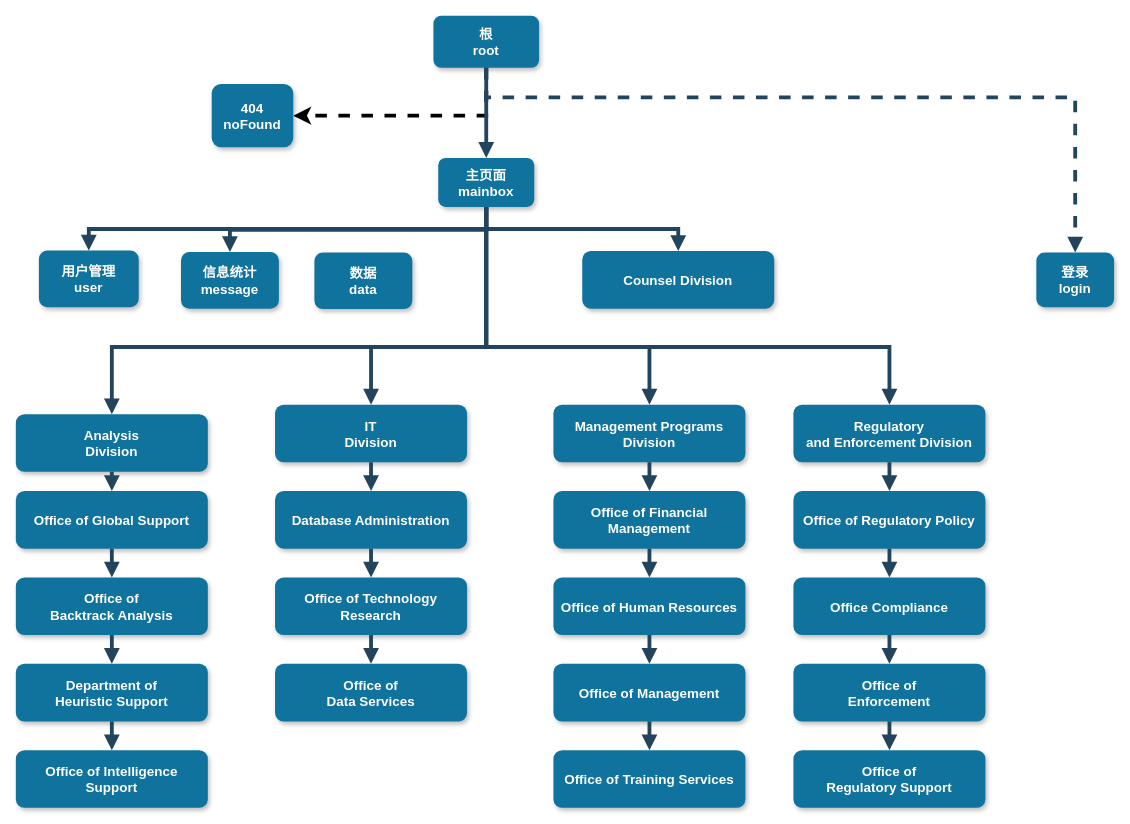
Before: 后台管理UI.drawio in wangXingRunning/wangXingRunning.github.io, a draw.io diagram. Source tidied: cells renumbered, new cells numbered last; positions are measured from the earlier drawing's top-left corner, leaving out a move shared by most shapes. Both pictures are drawn from the tidied source at 96%, with x=0, y=0 at pixel (15, 15).
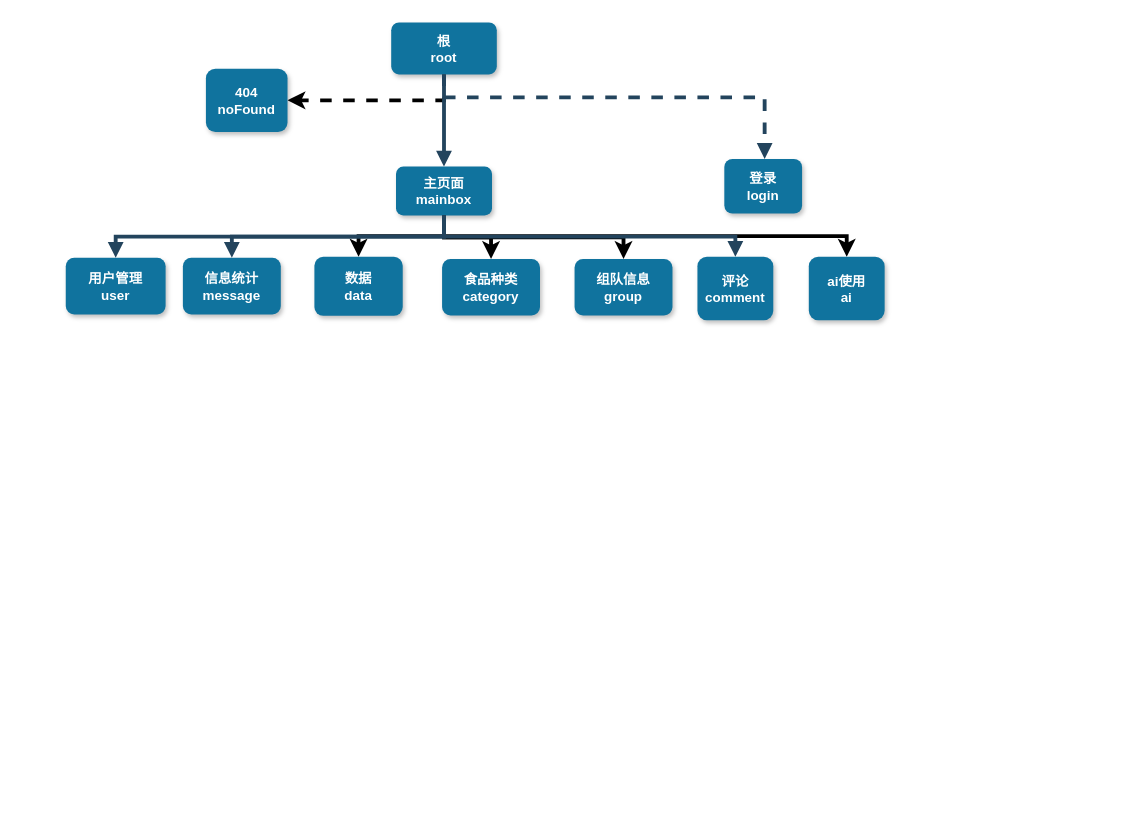
After the change.

Commit message (it also covers changes not shown here):
更新后台管理UI.drawio

Change to the diagram source:
```diff
@@
     <mxCell id="3" value="根&#10;root" style="rounded=1;fillColor=#10739E;strokeColor=none;shadow=1;gradientColor=none;fontStyle=1;fontColor=#FFFFFF;fontSize=14;" parent="1" vertex="1">
-      <mxGeometry x="435" width="110" height="54" as="geometry" />
+      <mxGeometry x="391" y="7" width="110" height="54" as="geometry" />
     </mxCell>
+    <mxCell id="54" style="edgeStyle=orthogonalEdgeStyle;rounded=0;jettySize=auto;html=1;exitX=0.5;exitY=1;exitDx=0;exitDy=0;entryX=0.5;entryY=0;entryDx=0;entryDy=0;strokeWidth=4;" parent="1" edge="1" source="4" target="53">
+      <mxGeometry relative="1" as="geometry" />
+    </mxCell>
+    <mxCell id="55" style="edgeStyle=orthogonalEdgeStyle;rounded=0;jettySize=auto;html=1;exitX=0.5;exitY=1;exitDx=0;exitDy=0;strokeWidth=4;" parent="1" edge="1" source="4" target="58">
+      <mxGeometry relative="1" as="geometry" />
+    </mxCell>
+    <mxCell id="56" style="edgeStyle=orthogonalEdgeStyle;rounded=0;jettySize=auto;html=1;exitX=0.5;exitY=1;exitDx=0;exitDy=0;entryX=0.5;entryY=0;entryDx=0;entryDy=0;strokeWidth=4;" parent="1" edge="1" source="4" target="59">
+      <mxGeometry relative="1" as="geometry" />
+    </mxCell>
+    <mxCell id="57" style="edgeStyle=orthogonalEdgeStyle;rounded=0;jettySize=auto;html=1;exitX=0.5;exitY=1;exitDx=0;exitDy=0;entryX=0.5;entryY=0;entryDx=0;entryDy=0;strokeWidth=4;" parent="1" edge="1" source="4" target="60">
+      <mxGeometry relative="1" as="geometry" />
+    </mxCell>
     <mxCell id="4" value="主页面&#10;mainbox" style="rounded=1;fillColor=#10739E;strokeColor=none;shadow=1;gradientColor=none;fontStyle=1;fontColor=#FFFFFF;fontSize=14;" parent="1" vertex="1">
-      <mxGeometry x="440" y="148" width="100" height="51" as="geometry" />
+      <mxGeometry x="396" y="157" width="100" height="51" as="geometry" />
     </mxCell>
     <mxCell id="5" value="用户管理&#10;user" style="rounded=1;fillColor=#10739E;strokeColor=none;shadow=1;gradientColor=none;fontStyle=1;fontColor=#FFFFFF;fontSize=14;" parent="1" vertex="1">
-      <mxGeometry x="24" y="244.5" width="104" height="59" as="geometry" />
+      <mxGeometry x="52" y="252" width="104" height="59" as="geometry" />
     </mxCell>
     <mxCell id="6" value="信息统计&#10;message" style="rounded=1;fillColor=#10739E;strokeColor=none;shadow=1;gradientColor=none;fontStyle=1;fontColor=#FFFFFF;fontSize=14;" parent="1" vertex="1">
-      <mxGeometry x="172" y="246" width="102" height="59" as="geometry" />
+      <mxGeometry x="174" y="252" width="102" height="59" as="geometry" />
     </mxCell>
-    <mxCell id="7" value="Counsel Division" style="rounded=1;fillColor=#10739E;strokeColor=none;shadow=1;gradientColor=none;fontStyle=1;fontColor=#FFFFFF;fontSize=14;" parent="1" vertex="1">
-      <mxGeometry x="590" y="245" width="200" height="60" as="geometry" />
+    <mxCell id="7" value="评论&#10;comment" style="rounded=1;fillColor=#10739E;strokeColor=none;shadow=1;gradientColor=none;fontStyle=1;fontColor=#FFFFFF;fontSize=14;" parent="1" vertex="1">
+      <mxGeometry x="710" y="251" width="79" height="66" as="geometry" />
     </mxCell>
     <mxCell id="8" value="登录&#10;login" style="rounded=1;fillColor=#10739E;strokeColor=none;shadow=1;gradientColor=none;fontStyle=1;fontColor=#FFFFFF;fontSize=14;" parent="1" vertex="1">
-      <mxGeometry x="1063" y="246.5" width="81" height="57" as="geometry" />
+      <mxGeometry x="738" y="149" width="81" height="57" as="geometry" />
     </mxCell>
-    <mxCell id="9" value="Analysis &#10;Division" style="rounded=1;fillColor=#10739E;strokeColor=none;shadow=1;gradientColor=none;fontStyle=1;fontColor=#FFFFFF;fontSize=14;" parent="1" vertex="1">
-      <mxGeometry y="415" width="200" height="60" as="geometry" />
-    </mxCell>
-    <mxCell id="10" value="Office of Global Support" style="rounded=1;fillColor=#10739E;strokeColor=none;shadow=1;gradientColor=none;fontStyle=1;fontColor=#FFFFFF;fontSize=14;" parent="1" vertex="1">
-      <mxGeometry y="495" width="200" height="60" as="geometry" />
-    </mxCell>
-    <mxCell id="11" value="Office of &#10;Backtrack Analysis" style="rounded=1;fillColor=#10739E;strokeColor=none;shadow=1;gradientColor=none;fontStyle=1;fontColor=#FFFFFF;fontSize=14;" parent="1" vertex="1">
-      <mxGeometry y="585" width="200" height="60" as="geometry" />
-    </mxCell>
-    <mxCell id="12" value="Department of &#10;Heuristic Support" style="rounded=1;fillColor=#10739E;strokeColor=none;shadow=1;gradientColor=none;fontStyle=1;fontColor=#FFFFFF;fontSize=14;" parent="1" vertex="1">
-      <mxGeometry y="675" width="200" height="60" as="geometry" />
-    </mxCell>
-    <mxCell id="13" value="Office of Intelligence &#10;Support" style="rounded=1;fillColor=#10739E;strokeColor=none;shadow=1;gradientColor=none;fontStyle=1;fontColor=#FFFFFF;fontSize=14;" parent="1" vertex="1">
-      <mxGeometry y="765" width="200" height="60" as="geometry" />
-    </mxCell>
-    <mxCell id="14" value="IT&#10;Division" style="rounded=1;fillColor=#10739E;strokeColor=none;shadow=1;gradientColor=none;fontStyle=1;fontColor=#FFFFFF;fontSize=14;" parent="1" vertex="1">
-      <mxGeometry x="270" y="405" width="200" height="60" as="geometry" />
-    </mxCell>
-    <mxCell id="15" value="Database Administration" style="rounded=1;fillColor=#10739E;strokeColor=none;shadow=1;gradientColor=none;fontStyle=1;fontColor=#FFFFFF;fontSize=14;" parent="1" vertex="1">
-      <mxGeometry x="270" y="495" width="200" height="60" as="geometry" />
-    </mxCell>
-    <mxCell id="16" value="Office of Technology &#10;Research" style="rounded=1;fillColor=#10739E;strokeColor=none;shadow=1;gradientColor=none;fontStyle=1;fontColor=#FFFFFF;fontSize=14;" parent="1" vertex="1">
-      <mxGeometry x="270" y="585" width="200" height="60" as="geometry" />
-    </mxCell>
-    <mxCell id="17" value="Office of&#10;Data Services" style="rounded=1;fillColor=#10739E;strokeColor=none;shadow=1;gradientColor=none;fontStyle=1;fontColor=#FFFFFF;fontSize=14;" parent="1" vertex="1">
-      <mxGeometry x="270" y="675" width="200" height="60" as="geometry" />
-    </mxCell>
-    <mxCell id="18" value="Management Programs &#10;Division" style="rounded=1;fillColor=#10739E;strokeColor=none;shadow=1;gradientColor=none;fontStyle=1;fontColor=#FFFFFF;fontSize=14;" parent="1" vertex="1">
-      <mxGeometry x="560" y="405" width="200" height="60" as="geometry" />
-    </mxCell>
-    <mxCell id="19" value="Office of Financial &#10;Management" style="rounded=1;fillColor=#10739E;strokeColor=none;shadow=1;gradientColor=none;fontStyle=1;fontColor=#FFFFFF;fontSize=14;" parent="1" vertex="1">
-      <mxGeometry x="560" y="495" width="200" height="60" as="geometry" />
-    </mxCell>
-    <mxCell id="20" value="Office of Human Resources" style="rounded=1;fillColor=#10739E;strokeColor=none;shadow=1;gradientColor=none;fontStyle=1;fontColor=#FFFFFF;fontSize=14;" parent="1" vertex="1">
-      <mxGeometry x="560" y="585" width="200" height="60" as="geometry" />
-    </mxCell>
-    <mxCell id="21" value="Office of Management " style="rounded=1;fillColor=#10739E;strokeColor=none;shadow=1;gradientColor=none;fontStyle=1;fontColor=#FFFFFF;fontSize=14;" parent="1" vertex="1">
-      <mxGeometry x="560" y="675" width="200" height="60" as="geometry" />
-    </mxCell>
-    <mxCell id="22" value="Office of Training Services" style="rounded=1;fillColor=#10739E;strokeColor=none;shadow=1;gradientColor=none;fontStyle=1;fontColor=#FFFFFF;fontSize=14;" parent="1" vertex="1">
-      <mxGeometry x="560" y="765" width="200" height="60" as="geometry" />
-    </mxCell>
-    <mxCell id="23" value="Regulatory &#10;and Enforcement Division" style="rounded=1;fillColor=#10739E;strokeColor=none;shadow=1;gradientColor=none;fontStyle=1;fontColor=#FFFFFF;fontSize=14;" parent="1" vertex="1">
-      <mxGeometry x="810" y="405" width="200" height="60" as="geometry" />
-    </mxCell>
-    <mxCell id="24" value="Office of Regulatory Policy" style="rounded=1;fillColor=#10739E;strokeColor=none;shadow=1;gradientColor=none;fontStyle=1;fontColor=#FFFFFF;fontSize=14;" parent="1" vertex="1">
-      <mxGeometry x="810" y="495" width="200" height="60" as="geometry" />
-    </mxCell>
-    <mxCell id="25" value="Office Compliance" style="rounded=1;fillColor=#10739E;strokeColor=none;shadow=1;gradientColor=none;fontStyle=1;fontColor=#FFFFFF;fontSize=14;" parent="1" vertex="1">
-      <mxGeometry x="810" y="585" width="200" height="60" as="geometry" />
-    </mxCell>
-    <mxCell id="26" value="Office of &#10;Enforcement" style="rounded=1;fillColor=#10739E;strokeColor=none;shadow=1;gradientColor=none;fontStyle=1;fontColor=#FFFFFF;fontSize=14;" parent="1" vertex="1">
-      <mxGeometry x="810" y="675" width="200" height="60" as="geometry" />
-    </mxCell>
-    <mxCell id="27" value="Office of&#10; Regulatory Support" style="rounded=1;fillColor=#10739E;strokeColor=none;shadow=1;gradientColor=none;fontStyle=1;fontColor=#FFFFFF;fontSize=14;" parent="1" vertex="1">
-      <mxGeometry x="810" y="765" width="200" height="60" as="geometry" />
-    </mxCell>
@@
-    <mxCell id="33" style="edgeStyle=elbowEdgeStyle;elbow=vertical;strokeWidth=4;endArrow=block;endFill=1;fontStyle=1;strokeColor=#23445D;rounded=0;" parent="1" edge="1" source="4" target="9">
-      <mxGeometry x="22" y="165.5" as="geometry">
-        <Array as="points">
-          <mxPoint x="270" y="345" />
-        </Array>
-      </mxGeometry>
-    </mxCell>
-    <mxCell id="34" style="edgeStyle=elbowEdgeStyle;elbow=vertical;strokeWidth=4;endArrow=block;endFill=1;fontStyle=1;strokeColor=#23445D;rounded=0;" parent="1" edge="1" source="4" target="23">
-      <mxGeometry x="22" y="165.5" as="geometry">
-        <Array as="points">
-          <mxPoint x="690" y="345" />
-        </Array>
-      </mxGeometry>
-    </mxCell>
-    <mxCell id="35" style="edgeStyle=elbowEdgeStyle;elbow=vertical;strokeWidth=4;endArrow=block;endFill=1;fontStyle=1;strokeColor=#23445D;rounded=0;" parent="1" edge="1" source="9" target="10">
-      <mxGeometry x="62" y="165.5" as="geometry" />
-    </mxCell>
-    <mxCell id="36" style="edgeStyle=elbowEdgeStyle;elbow=vertical;strokeWidth=4;endArrow=block;endFill=1;fontStyle=1;strokeColor=#23445D;rounded=0;" parent="1" edge="1" source="10" target="11">
-      <mxGeometry x="62" y="175.5" as="geometry" />
-    </mxCell>
-    <mxCell id="37" style="edgeStyle=elbowEdgeStyle;elbow=vertical;strokeWidth=4;endArrow=block;endFill=1;fontStyle=1;strokeColor=#23445D;rounded=0;" parent="1" edge="1" source="11" target="12">
-      <mxGeometry x="62" y="185.5" as="geometry" />
-    </mxCell>
-    <mxCell id="38" style="edgeStyle=elbowEdgeStyle;elbow=vertical;strokeWidth=4;endArrow=block;endFill=1;fontStyle=1;strokeColor=#23445D;rounded=0;" parent="1" edge="1" source="12" target="13">
-      <mxGeometry x="62" y="195.5" as="geometry" />
-    </mxCell>
-    <mxCell id="39" style="edgeStyle=elbowEdgeStyle;elbow=vertical;strokeWidth=4;endArrow=block;endFill=1;fontStyle=1;strokeColor=#23445D;rounded=0;" parent="1" edge="1" source="14" target="15">
-      <mxGeometry x="62" y="165.5" as="geometry" />
-    </mxCell>
-    <mxCell id="40" style="edgeStyle=elbowEdgeStyle;elbow=vertical;strokeWidth=4;endArrow=block;endFill=1;fontStyle=1;strokeColor=#23445D;rounded=0;" parent="1" edge="1" source="15" target="16">
-      <mxGeometry x="62" y="175.5" as="geometry" />
-    </mxCell>
-    <mxCell id="41" style="edgeStyle=elbowEdgeStyle;elbow=vertical;strokeWidth=4;endArrow=block;endFill=1;fontStyle=1;strokeColor=#23445D;rounded=0;" parent="1" edge="1" source="16" target="17">
-      <mxGeometry x="62" y="185.5" as="geometry" />
-    </mxCell>
-    <mxCell id="42" style="edgeStyle=elbowEdgeStyle;elbow=vertical;strokeWidth=4;endArrow=block;endFill=1;fontStyle=1;strokeColor=#23445D;rounded=0;" parent="1" edge="1" source="18" target="19">
-      <mxGeometry x="72" y="165.5" as="geometry" />
-    </mxCell>
-    <mxCell id="43" style="edgeStyle=elbowEdgeStyle;elbow=vertical;strokeWidth=4;endArrow=block;endFill=1;fontStyle=1;strokeColor=#23445D;rounded=0;" parent="1" edge="1" source="19" target="20">
-      <mxGeometry x="72" y="175.5" as="geometry" />
-    </mxCell>
-    <mxCell id="44" style="edgeStyle=elbowEdgeStyle;elbow=vertical;strokeWidth=4;endArrow=block;endFill=1;fontStyle=1;strokeColor=#23445D;rounded=0;" parent="1" edge="1" source="20" target="21">
-      <mxGeometry x="72" y="185.5" as="geometry" />
-    </mxCell>
-    <mxCell id="45" style="edgeStyle=elbowEdgeStyle;elbow=vertical;strokeWidth=4;endArrow=block;endFill=1;fontStyle=1;strokeColor=#23445D;rounded=0;" parent="1" edge="1" source="21" target="22">
-      <mxGeometry x="72" y="195.5" as="geometry" />
-    </mxCell>
-    <mxCell id="46" style="edgeStyle=elbowEdgeStyle;elbow=vertical;strokeWidth=4;endArrow=block;endFill=1;fontStyle=1;strokeColor=#23445D;rounded=0;" parent="1" edge="1" source="23" target="24">
-      <mxGeometry x="72" y="165.5" as="geometry" />
-    </mxCell>
-    <mxCell id="47" style="edgeStyle=elbowEdgeStyle;elbow=vertical;strokeWidth=4;endArrow=block;endFill=1;fontStyle=1;strokeColor=#23445D;rounded=0;" parent="1" edge="1" source="24" target="25">
-      <mxGeometry x="72" y="175.5" as="geometry" />
-    </mxCell>
-    <mxCell id="48" style="edgeStyle=elbowEdgeStyle;elbow=vertical;strokeWidth=4;endArrow=block;endFill=1;fontStyle=1;strokeColor=#23445D;rounded=0;" parent="1" edge="1" source="25" target="26">
-      <mxGeometry x="72" y="185.5" as="geometry" />
-    </mxCell>
-    <mxCell id="49" style="edgeStyle=elbowEdgeStyle;elbow=vertical;strokeWidth=4;endArrow=block;endFill=1;fontStyle=1;strokeColor=#23445D;rounded=0;" parent="1" edge="1" source="26" target="27">
-      <mxGeometry x="72" y="195.5" as="geometry" />
-    </mxCell>
-    <mxCell id="50" style="edgeStyle=elbowEdgeStyle;elbow=vertical;strokeWidth=4;endArrow=block;endFill=1;fontStyle=1;strokeColor=#23445D;rounded=0;" parent="1" edge="1" source="4" target="14">
-      <mxGeometry x="22" y="165.5" as="geometry">
-        <Array as="points">
-          <mxPoint x="370" y="345" />
-        </Array>
-      </mxGeometry>
-    </mxCell>
-    <mxCell id="51" style="edgeStyle=elbowEdgeStyle;elbow=vertical;strokeWidth=4;endArrow=block;endFill=1;fontStyle=1;strokeColor=#23445D;rounded=0;" parent="1" edge="1" source="4" target="18">
-      <mxGeometry x="22" y="165.5" as="geometry">
-        <Array as="points">
-          <mxPoint x="660" y="345" />
-        </Array>
-      </mxGeometry>
-    </mxCell>
     <mxCell id="52" value="404&#10;noFound" style="rounded=1;fillColor=#10739E;strokeColor=none;shadow=1;gradientColor=none;fontStyle=1;fontColor=#FFFFFF;fontSize=14;" parent="1" vertex="1">
-      <mxGeometry x="204" y="71" width="85" height="66" as="geometry" />
+      <mxGeometry x="198" y="55" width="85" height="66" as="geometry" />
     </mxCell>
     <mxCell id="53" value="数据&#10;data" style="rounded=1;fillColor=#10739E;strokeColor=none;shadow=1;gradientColor=none;fontStyle=1;fontColor=#FFFFFF;fontSize=14;" parent="1" vertex="1">
-      <mxGeometry x="311" y="246.5" width="102" height="59" as="geometry" />
+      <mxGeometry x="311" y="251" width="92" height="61.5" as="geometry" />
     </mxCell>
+    <mxCell id="58" value="食品种类&#10;category" style="rounded=1;fillColor=#10739E;strokeColor=none;shadow=1;gradientColor=none;fontStyle=1;fontColor=#FFFFFF;fontSize=14;" parent="1" vertex="1">
+      <mxGeometry x="444" y="253.2" width="102" height="59" as="geometry" />
+    </mxCell>
+    <mxCell id="59" value="组队信息&#10;group" style="rounded=1;fillColor=#10739E;strokeColor=none;shadow=1;gradientColor=none;fontStyle=1;fontColor=#FFFFFF;fontSize=14;" parent="1" vertex="1">
+      <mxGeometry x="582" y="253.2" width="102" height="59" as="geometry" />
+    </mxCell>
+    <mxCell id="60" value="ai使用&#10;ai" style="rounded=1;fillColor=#10739E;strokeColor=none;shadow=1;gradientColor=none;fontStyle=1;fontColor=#FFFFFF;fontSize=14;" parent="1" vertex="1">
+      <mxGeometry x="826" y="251" width="79" height="66" as="geometry" />
+    </mxCell>
```
